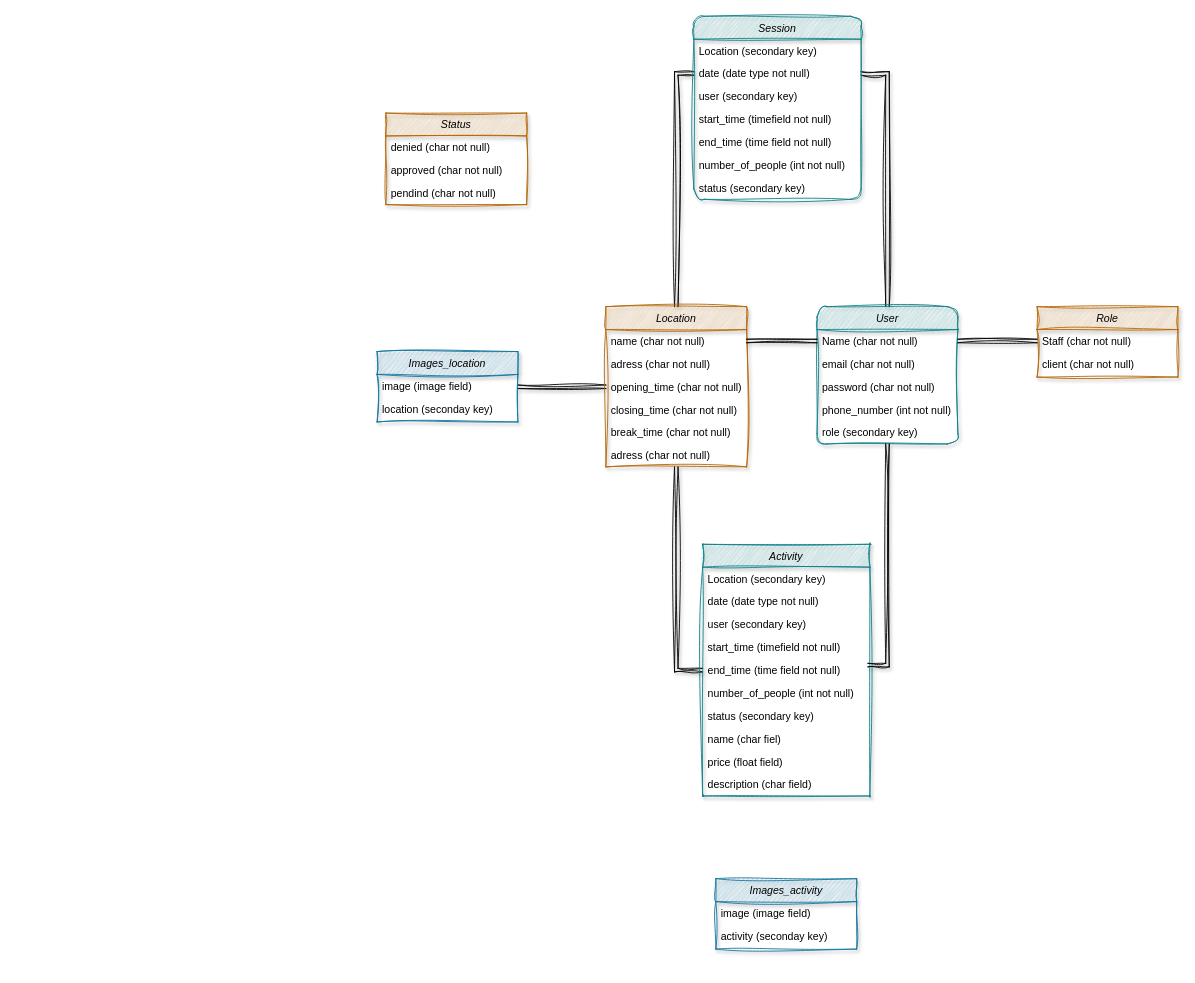
Above: ClassDiagram.drawio in Linda0Sousa/RightTime (draw.io), before the change. Source tidied: cells renumbered, new cells numbered last; positions are measured from the earlier drawing's top-left corner, leaving out a move shared by most shapes. Both pictures are drawn from the tidied source at 88%, with x=0, y=0 at pixel (377, 16).
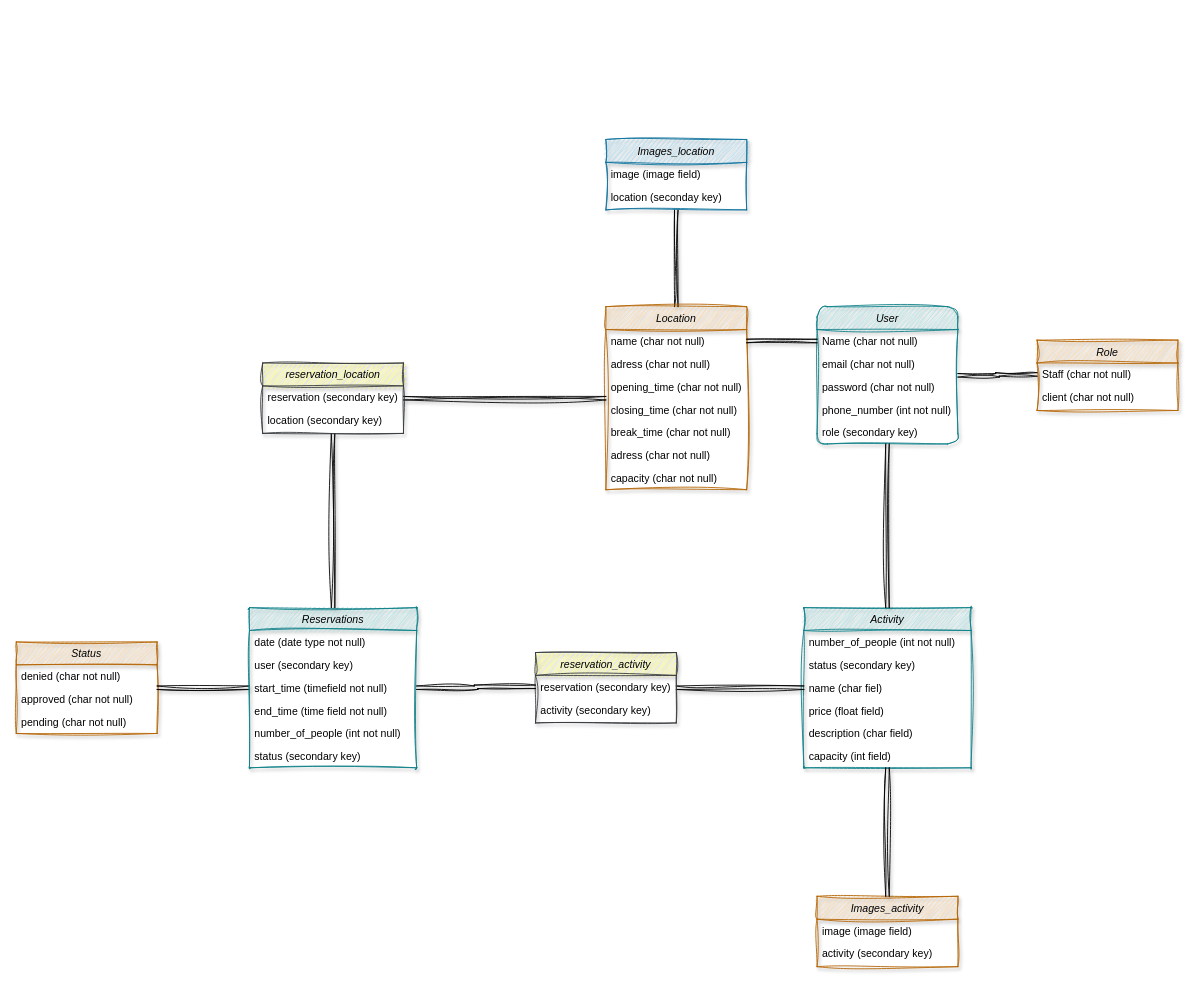
Above is the later version.

Unchanged cells that the change refers to:
```xml
<mxCell id="3" value="User" style="swimlane;fontStyle=2;align=center;verticalAlign=top;horizontal=1;startSize=26;rounded=1;shadow=1;strokeWidth=1;fillColor=#b0e3e6;strokeColor=#0e8088;gradientColor=none;fillStyle=zigzag;sketch=1;curveFitting=1;jiggle=2;glass=0;" parent="1" vertex="1">
  <mxGeometry x="500" y="330" width="160" height="156" as="geometry" />
</mxCell>
<mxCell id="4" value="Name (char not null)" style="text;align=left;verticalAlign=top;spacingLeft=4;spacingRight=4;overflow=hidden;points=[[0,0.5],[1,0.5]];portConstraint=eastwest;" parent="3" vertex="1">
  <mxGeometry y="26" width="160" height="26" as="geometry" />
</mxCell>
<mxCell id="10" value="Staff (char not null)" style="text;align=left;verticalAlign=top;spacingLeft=4;spacingRight=4;overflow=hidden;points=[[0,0.5],[1,0.5]];portConstraint=eastwest;" parent="9" vertex="1">
  <mxGeometry y="26" width="160" height="26" as="geometry" />
</mxCell>
```

The edit, as a diff of the source:
```diff
@@
-    <mxCell id="2" style="edgeStyle=orthogonalEdgeStyle;rounded=0;jettySize=auto;html=1;entryX=1;entryY=0.5;entryDx=0;entryDy=0;shape=link;shadow=1;sketch=1;curveFitting=1;jiggle=2;" parent="1" edge="1" source="3" target="29">
-      <mxGeometry relative="1" as="geometry" />
-    </mxCell>
@@
     <mxCell id="9" value="Role" style="swimlane;fontStyle=2;align=center;verticalAlign=top;horizontal=1;startSize=26;rounded=0;shadow=1;strokeWidth=1;fillColor=#fad7ac;strokeColor=#b46504;fillStyle=zigzag;sketch=1;curveFitting=1;jiggle=2;" parent="1" vertex="1">
-      <mxGeometry x="750" y="330" width="160" height="80" as="geometry" />
+      <mxGeometry x="750" y="368" width="160" height="80" as="geometry" />
     </mxCell>
@@
-    <mxCell id="12" style="edgeStyle=orthogonalEdgeStyle;rounded=0;jettySize=auto;html=1;entryX=1;entryY=0.5;entryDx=0;entryDy=0;jumpStyle=sharp;sketch=1;curveFitting=1;jiggle=2;flowAnimation=0;shape=link;shadow=1;" parent="1" edge="1" source="10" target="4">
+    <mxCell id="12" style="edgeStyle=orthogonalEdgeStyle;rounded=0;jettySize=auto;html=1;jumpStyle=sharp;sketch=1;curveFitting=1;jiggle=2;flowAnimation=0;shape=link;shadow=1;" parent="1" edge="1" source="10" target="3">
       <mxGeometry relative="1" as="geometry" />
     </mxCell>
@@
-    <mxCell id="14" style="edgeStyle=orthogonalEdgeStyle;rounded=0;jettySize=auto;html=1;entryX=0;entryY=0.5;entryDx=0;entryDy=0;shape=link;shadow=1;sketch=1;curveFitting=1;jiggle=2;" parent="1" edge="1" source="16" target="29">
-      <mxGeometry relative="1" as="geometry" />
-    </mxCell>
-    <mxCell id="15" style="edgeStyle=orthogonalEdgeStyle;rounded=0;jettySize=auto;html=1;entryX=0;entryY=0.5;entryDx=0;entryDy=0;shape=link;sketch=1;curveFitting=1;jiggle=2;shadow=1;" parent="1" edge="1" source="16" target="40">
-      <mxGeometry relative="1" as="geometry" />
-    </mxCell>
     <mxCell id="16" value="Location" style="swimlane;fontStyle=2;align=center;verticalAlign=top;horizontal=1;startSize=26;rounded=0;shadow=1;strokeWidth=1;fillColor=#fad7ac;strokeColor=#b46504;fillStyle=zigzag;sketch=1;curveFitting=1;jiggle=2;" parent="1" vertex="1">
-      <mxGeometry x="260" y="330" width="160" height="182" as="geometry" />
+      <mxGeometry x="260" y="330" width="160" height="208" as="geometry" />
     </mxCell>
@@
+    <mxCell id="54" value="capacity (char not null)" style="text;align=left;verticalAlign=top;spacingLeft=4;spacingRight=4;overflow=hidden;rounded=0;shadow=0;html=0;" parent="16" vertex="1">
+      <mxGeometry y="182" width="160" height="26" as="geometry" />
+    </mxCell>
@@
     <mxCell id="24" value="Images_location" style="swimlane;fontStyle=2;align=center;verticalAlign=top;horizontal=1;startSize=26;rounded=0;shadow=1;strokeWidth=1;fillColor=#b1ddf0;strokeColor=#10739e;fillStyle=zigzag;sketch=1;curveFitting=1;jiggle=2;" parent="1" vertex="1">
-      <mxGeometry y="381" width="160" height="80" as="geometry" />
+      <mxGeometry x="260" y="140" width="160" height="80" as="geometry" />
     </mxCell>
@@
-    <mxCell id="27" value="Session" style="swimlane;fontStyle=2;align=center;verticalAlign=top;horizontal=1;startSize=26;rounded=1;shadow=1;strokeWidth=1;fillColor=#b0e3e6;strokeColor=#0e8088;gradientColor=none;fillStyle=zigzag;sketch=1;curveFitting=1;jiggle=2;glass=0;" parent="1" vertex="1">
-      <mxGeometry x="360" width="190" height="208" as="geometry" />
-    </mxCell>
-    <mxCell id="28" value="Location (secondary key)" style="text;align=left;verticalAlign=top;spacingLeft=4;spacingRight=4;overflow=hidden;" parent="27" vertex="1">
-      <mxGeometry y="26" width="190" height="26" as="geometry" />
-    </mxCell>
-    <mxCell id="29" value="date (date type not null)" style="text;align=left;verticalAlign=top;spacingLeft=4;spacingRight=4;overflow=hidden;points=[[0,0.5],[1,0.5]];portConstraint=eastwest;rounded=0;shadow=0;html=0;" parent="27" vertex="1">
-      <mxGeometry y="52" width="190" height="26" as="geometry" />
-    </mxCell>
-    <mxCell id="30" value="user (secondary key)" style="text;align=left;verticalAlign=top;spacingLeft=4;spacingRight=4;overflow=hidden;rounded=0;shadow=0;html=0;" parent="27" vertex="1">
-      <mxGeometry y="78" width="190" height="26" as="geometry" />
-    </mxCell>
-    <mxCell id="31" value="start_time (timefield not null)" style="text;align=left;verticalAlign=top;spacingLeft=4;spacingRight=4;overflow=hidden;" parent="27" vertex="1">
-      <mxGeometry y="104" width="190" height="26" as="geometry" />
-    </mxCell>
-    <mxCell id="32" value="end_time (time field not null)" style="text;align=left;verticalAlign=top;spacingLeft=4;spacingRight=4;overflow=hidden;" parent="27" vertex="1">
-      <mxGeometry y="130" width="190" height="26" as="geometry" />
-    </mxCell>
-    <mxCell id="33" value="number_of_people (int not null)" style="text;align=left;verticalAlign=top;spacingLeft=4;spacingRight=4;overflow=hidden;" parent="27" vertex="1">
-      <mxGeometry y="156" width="190" height="26" as="geometry" />
-    </mxCell>
-    <mxCell id="34" value="status (secondary key)" style="text;align=left;verticalAlign=top;spacingLeft=4;spacingRight=4;overflow=hidden;" parent="27" vertex="1">
-      <mxGeometry y="182" width="190" height="26" as="geometry" />
-    </mxCell>
     <mxCell id="35" value="Activity" style="swimlane;fontStyle=2;align=center;verticalAlign=top;horizontal=1;startSize=26;rounded=1;shadow=1;strokeWidth=1;fillColor=#b0e3e6;strokeColor=#0e8088;gradientColor=none;fillStyle=zigzag;sketch=1;curveFitting=1;jiggle=2;glass=0;arcSize=0;" parent="1" vertex="1">
-      <mxGeometry x="370" y="600" width="190" height="286" as="geometry" />
+      <mxGeometry x="485" y="672" width="190" height="182" as="geometry" />
     </mxCell>
-    <mxCell id="36" value="Location (secondary key)" style="text;align=left;verticalAlign=top;spacingLeft=4;spacingRight=4;overflow=hidden;" parent="35" vertex="1">
-      <mxGeometry y="26" width="190" height="26" as="geometry" />
-    </mxCell>
-    <mxCell id="37" value="date (date type not null)" style="text;align=left;verticalAlign=top;spacingLeft=4;spacingRight=4;overflow=hidden;rounded=0;shadow=0;html=0;" parent="35" vertex="1">
-      <mxGeometry y="52" width="190" height="26" as="geometry" />
-    </mxCell>
-    <mxCell id="38" value="user (secondary key)" style="text;align=left;verticalAlign=top;spacingLeft=4;spacingRight=4;overflow=hidden;rounded=0;shadow=0;html=0;" parent="35" vertex="1">
-      <mxGeometry y="78" width="190" height="26" as="geometry" />
-    </mxCell>
-    <mxCell id="39" value="start_time (timefield not null)" style="text;align=left;verticalAlign=top;spacingLeft=4;spacingRight=4;overflow=hidden;" parent="35" vertex="1">
-      <mxGeometry y="104" width="190" height="26" as="geometry" />
-    </mxCell>
-    <mxCell id="40" value="end_time (time field not null)" style="text;align=left;verticalAlign=top;spacingLeft=4;spacingRight=4;overflow=hidden;points=[[0,0.5],[1,0.5]];portConstraint=eastwest;" parent="35" vertex="1">
-      <mxGeometry y="130" width="190" height="26" as="geometry" />
-    </mxCell>
     <mxCell id="41" value="number_of_people (int not null)" style="text;align=left;verticalAlign=top;spacingLeft=4;spacingRight=4;overflow=hidden;" parent="35" vertex="1">
-      <mxGeometry y="156" width="190" height="26" as="geometry" />
+      <mxGeometry y="26" width="190" height="26" as="geometry" />
     </mxCell>
     <mxCell id="42" value="status (secondary key)" style="text;align=left;verticalAlign=top;spacingLeft=4;spacingRight=4;overflow=hidden;" parent="35" vertex="1">
-      <mxGeometry y="182" width="190" height="26" as="geometry" />
+      <mxGeometry y="52" width="190" height="26" as="geometry" />
     </mxCell>
     <mxCell id="43" value="name (char fiel)" style="text;align=left;verticalAlign=top;spacingLeft=4;spacingRight=4;overflow=hidden;" parent="35" vertex="1">
-      <mxGeometry y="208" width="190" height="26" as="geometry" />
+      <mxGeometry y="78" width="190" height="26" as="geometry" />
     </mxCell>
     <mxCell id="44" value="price (float field)" style="text;align=left;verticalAlign=top;spacingLeft=4;spacingRight=4;overflow=hidden;" parent="35" vertex="1">
-      <mxGeometry y="234" width="190" height="26" as="geometry" />
+      <mxGeometry y="104" width="190" height="26" as="geometry" />
     </mxCell>
     <mxCell id="45" value="description (char field)" style="text;align=left;verticalAlign=top;spacingLeft=4;spacingRight=4;overflow=hidden;" parent="35" vertex="1">
-      <mxGeometry y="260" width="190" height="26" as="geometry" />
+      <mxGeometry y="130" width="190" height="26" as="geometry" />
     </mxCell>
+    <mxCell id="55" value="capacity (int field)" style="text;align=left;verticalAlign=top;spacingLeft=4;spacingRight=4;overflow=hidden;" parent="35" vertex="1">
+      <mxGeometry y="156" width="190" height="26" as="geometry" />
+    </mxCell>
-    <mxCell id="46" style="edgeStyle=orthogonalEdgeStyle;rounded=0;jettySize=auto;html=1;entryX=0.988;entryY=0.28;entryDx=0;entryDy=0;entryPerimeter=0;shape=link;shadow=1;sketch=1;curveFitting=1;jiggle=2;" parent="1" edge="1" source="3" target="40">
+    <mxCell id="46" style="edgeStyle=orthogonalEdgeStyle;rounded=0;jettySize=auto;html=1;shape=link;shadow=1;sketch=1;curveFitting=1;jiggle=2;" parent="1" edge="1" source="3" target="35">
       <mxGeometry relative="1" as="geometry" />
     </mxCell>
     <mxCell id="47" value="Status" style="swimlane;fontStyle=2;align=center;verticalAlign=top;horizontal=1;startSize=26;rounded=0;shadow=1;strokeWidth=1;fillColor=#fad7ac;strokeColor=#b46504;fillStyle=zigzag;sketch=1;curveFitting=1;jiggle=2;" parent="1" vertex="1">
-      <mxGeometry x="10" y="110" width="160" height="104" as="geometry" />
+      <mxGeometry x="-410" y="711" width="160" height="104" as="geometry" />
     </mxCell>
@@
-    <mxCell id="50" value="pendind (char not null)" style="text;align=left;verticalAlign=top;spacingLeft=4;spacingRight=4;overflow=hidden;rounded=0;shadow=0;html=0;" parent="47" vertex="1">
+    <mxCell id="50" value="pending (char not null)" style="text;align=left;verticalAlign=top;spacingLeft=4;spacingRight=4;overflow=hidden;rounded=0;shadow=0;html=0;" parent="47" vertex="1">
       <mxGeometry y="78" width="160" height="26" as="geometry" />
     </mxCell>
-    <mxCell id="51" value="Images_activity" style="swimlane;fontStyle=2;align=center;verticalAlign=top;horizontal=1;startSize=26;rounded=0;shadow=1;strokeWidth=1;fillColor=#b1ddf0;strokeColor=#10739e;fillStyle=zigzag;sketch=1;curveFitting=1;jiggle=2;" parent="1" vertex="1">
-      <mxGeometry x="385" y="980" width="160" height="80" as="geometry" />
+    <mxCell id="51" value="Images_activity" style="swimlane;fontStyle=2;align=center;verticalAlign=top;horizontal=1;startSize=26;rounded=0;shadow=1;strokeWidth=1;fillColor=#fad7ac;strokeColor=#b46504;fillStyle=zigzag;sketch=1;curveFitting=1;jiggle=2;" parent="1" vertex="1">
+      <mxGeometry x="500" y="1000" width="160" height="80" as="geometry" />
     </mxCell>
@@
-    <mxCell id="53" value="activity (seconday key)" style="text;align=left;verticalAlign=top;spacingLeft=4;spacingRight=4;overflow=hidden;rounded=0;shadow=0;html=0;" parent="51" vertex="1">
+    <mxCell id="53" value="activity (secondary key)" style="text;align=left;verticalAlign=top;spacingLeft=4;spacingRight=4;overflow=hidden;rounded=0;shadow=0;html=0;" parent="51" vertex="1">
       <mxGeometry y="52" width="160" height="26" as="geometry" />
     </mxCell>
+    <mxCell id="56" style="edgeStyle=orthogonalEdgeStyle;rounded=0;jettySize=auto;html=1;shape=link;shadow=1;sketch=1;curveFitting=1;jiggle=2;" parent="1" edge="1" source="57" target="47">
+      <mxGeometry relative="1" as="geometry" />
+    </mxCell>
+    <mxCell id="57" value="Reservations" style="swimlane;fontStyle=2;align=center;verticalAlign=top;horizontal=1;startSize=26;rounded=1;shadow=1;strokeWidth=1;fillColor=#b0e3e6;strokeColor=#0e8088;gradientColor=none;fillStyle=zigzag;sketch=1;curveFitting=1;jiggle=2;glass=0;arcSize=0;" parent="1" vertex="1">
+      <mxGeometry x="-145" y="672" width="190" height="182" as="geometry" />
+    </mxCell>
+    <mxCell id="58" value="date (date type not null)" style="text;align=left;verticalAlign=top;spacingLeft=4;spacingRight=4;overflow=hidden;rounded=0;shadow=0;html=0;" parent="57" vertex="1">
+      <mxGeometry y="26" width="190" height="26" as="geometry" />
+    </mxCell>
+    <mxCell id="59" value="user (secondary key)" style="text;align=left;verticalAlign=top;spacingLeft=4;spacingRight=4;overflow=hidden;rounded=0;shadow=0;html=0;" parent="57" vertex="1">
+      <mxGeometry y="52" width="190" height="26" as="geometry" />
+    </mxCell>
+    <mxCell id="60" value="start_time (timefield not null)" style="text;align=left;verticalAlign=top;spacingLeft=4;spacingRight=4;overflow=hidden;points=[[0,0.5],[1,0.5]];portConstraint=eastwest;" parent="57" vertex="1">
+      <mxGeometry y="78" width="190" height="26" as="geometry" />
+    </mxCell>
+    <mxCell id="61" value="end_time (time field not null)" style="text;align=left;verticalAlign=top;spacingLeft=4;spacingRight=4;overflow=hidden;" parent="57" vertex="1">
+      <mxGeometry y="104" width="190" height="26" as="geometry" />
+    </mxCell>
+    <mxCell id="33" value="number_of_people (int not null)" style="text;align=left;verticalAlign=top;spacingLeft=4;spacingRight=4;overflow=hidden;" parent="57" vertex="1">
+      <mxGeometry y="130" width="190" height="26" as="geometry" />
+    </mxCell>
+    <mxCell id="34" value="status (secondary key)" style="text;align=left;verticalAlign=top;spacingLeft=4;spacingRight=4;overflow=hidden;" parent="57" vertex="1">
+      <mxGeometry y="156" width="190" height="26" as="geometry" />
+    </mxCell>
+    <mxCell id="62" style="edgeStyle=orthogonalEdgeStyle;rounded=0;jettySize=auto;html=1;shape=link;sketch=1;curveFitting=1;jiggle=2;shadow=1;" parent="1" edge="1" source="35" target="51">
+      <mxGeometry relative="1" as="geometry" />
+    </mxCell>
+    <mxCell id="63" style="edgeStyle=orthogonalEdgeStyle;rounded=0;jettySize=auto;html=1;shape=link;sketch=1;curveFitting=1;jiggle=2;shadow=1;" parent="1" edge="1" source="65" target="16">
+      <mxGeometry relative="1" as="geometry" />
+    </mxCell>
+    <mxCell id="64" style="edgeStyle=orthogonalEdgeStyle;rounded=0;jettySize=auto;html=1;sketch=1;curveFitting=1;jiggle=2;shadow=1;shape=link;" parent="1" edge="1" source="65" target="57">
+      <mxGeometry relative="1" as="geometry" />
+    </mxCell>
+    <mxCell id="65" value="reservation_location" style="swimlane;fontStyle=2;align=center;verticalAlign=top;horizontal=1;startSize=26;rounded=0;shadow=1;strokeWidth=1;fillColor=#ffff88;strokeColor=#36393d;fillStyle=zigzag;sketch=1;curveFitting=1;jiggle=2;" parent="1" vertex="1">
+      <mxGeometry x="-130" y="394" width="160" height="80" as="geometry" />
+    </mxCell>
+    <mxCell id="66" value="reservation (secondary key)" style="text;align=left;verticalAlign=top;spacingLeft=4;spacingRight=4;overflow=hidden;rounded=1;sketch=1;curveFitting=1;jiggle=2;shadow=1;" parent="65" vertex="1">
+      <mxGeometry y="26" width="160" height="26" as="geometry" />
+    </mxCell>
+    <mxCell id="67" value="location (secondary key)" style="text;align=left;verticalAlign=top;spacingLeft=4;spacingRight=4;overflow=hidden;rounded=0;shadow=0;html=0;" parent="65" vertex="1">
+      <mxGeometry y="52" width="160" height="26" as="geometry" />
+    </mxCell>
+    <mxCell id="68" style="edgeStyle=orthogonalEdgeStyle;rounded=0;jettySize=auto;html=1;shape=link;sketch=1;curveFitting=1;jiggle=2;shadow=1;" parent="1" edge="1" source="69" target="35">
+      <mxGeometry relative="1" as="geometry" />
+    </mxCell>
+    <mxCell id="69" value="reservation_activity" style="swimlane;fontStyle=2;align=center;verticalAlign=top;horizontal=1;startSize=26;rounded=0;shadow=1;strokeWidth=1;fillColor=#ffff88;strokeColor=#36393d;fillStyle=zigzag;sketch=1;curveFitting=1;jiggle=2;" parent="1" vertex="1">
+      <mxGeometry x="180" y="723" width="160" height="80" as="geometry" />
+    </mxCell>
+    <mxCell id="70" value="reservation (secondary key)" style="text;align=left;verticalAlign=top;spacingLeft=4;spacingRight=4;overflow=hidden;points=[[0,0.5],[1,0.5]];portConstraint=eastwest;rounded=1;sketch=1;curveFitting=1;jiggle=2;shadow=1;" parent="69" vertex="1">
+      <mxGeometry y="26" width="160" height="26" as="geometry" />
+    </mxCell>
+    <mxCell id="71" value="activity (secondary key)" style="text;align=left;verticalAlign=top;spacingLeft=4;spacingRight=4;overflow=hidden;rounded=0;shadow=0;html=0;" parent="69" vertex="1">
+      <mxGeometry y="52" width="160" height="26" as="geometry" />
+    </mxCell>
+    <mxCell id="72" style="edgeStyle=orthogonalEdgeStyle;rounded=0;jettySize=auto;html=1;entryX=1;entryY=0.5;entryDx=0;entryDy=0;shape=link;sketch=1;curveFitting=1;jiggle=2;shadow=1;" parent="1" edge="1" source="70" target="60">
+      <mxGeometry relative="1" as="geometry" />
+    </mxCell>
```
